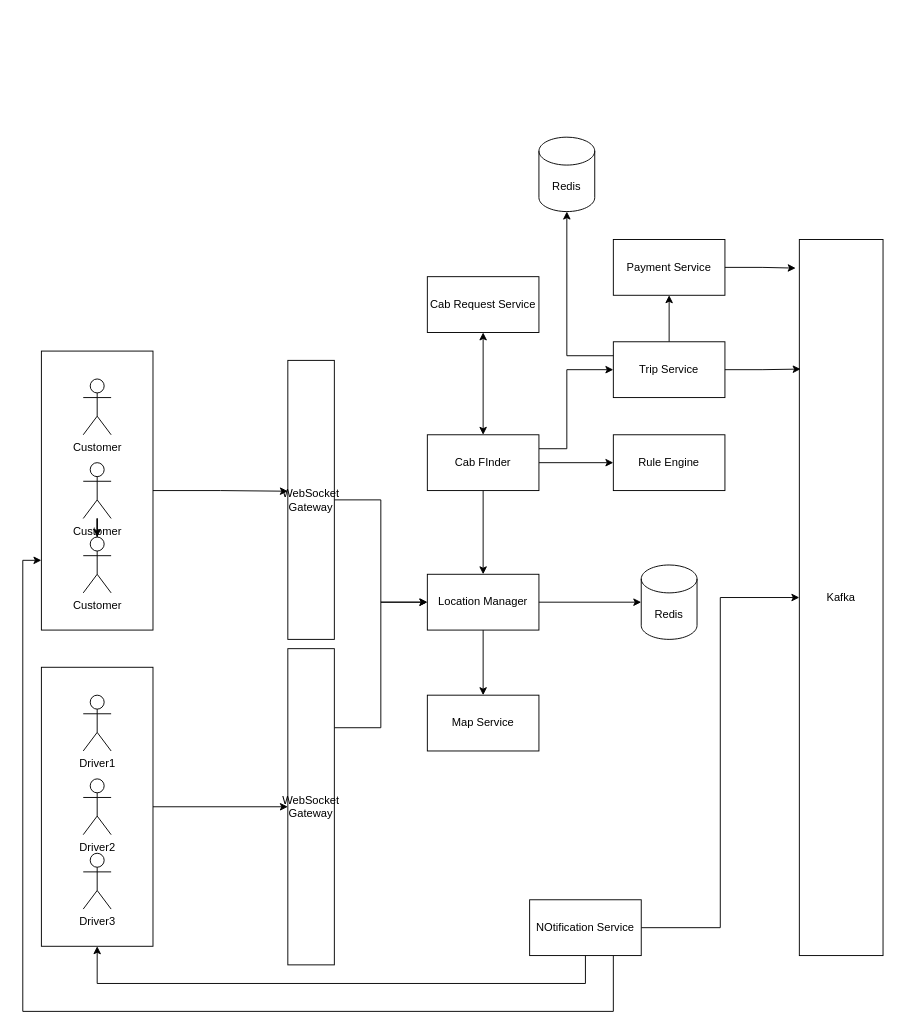
Above: Uber.drawio in vrubal/system-design (draw.io), before the change. Source tidied: cells renumbered, new cells numbered last; positions are measured from the earlier drawing's top-left corner, leaving out a move shared by most shapes. Both pictures are drawn from the tidied source at 93%, with x=0, y=0 at pixel (22, 137).
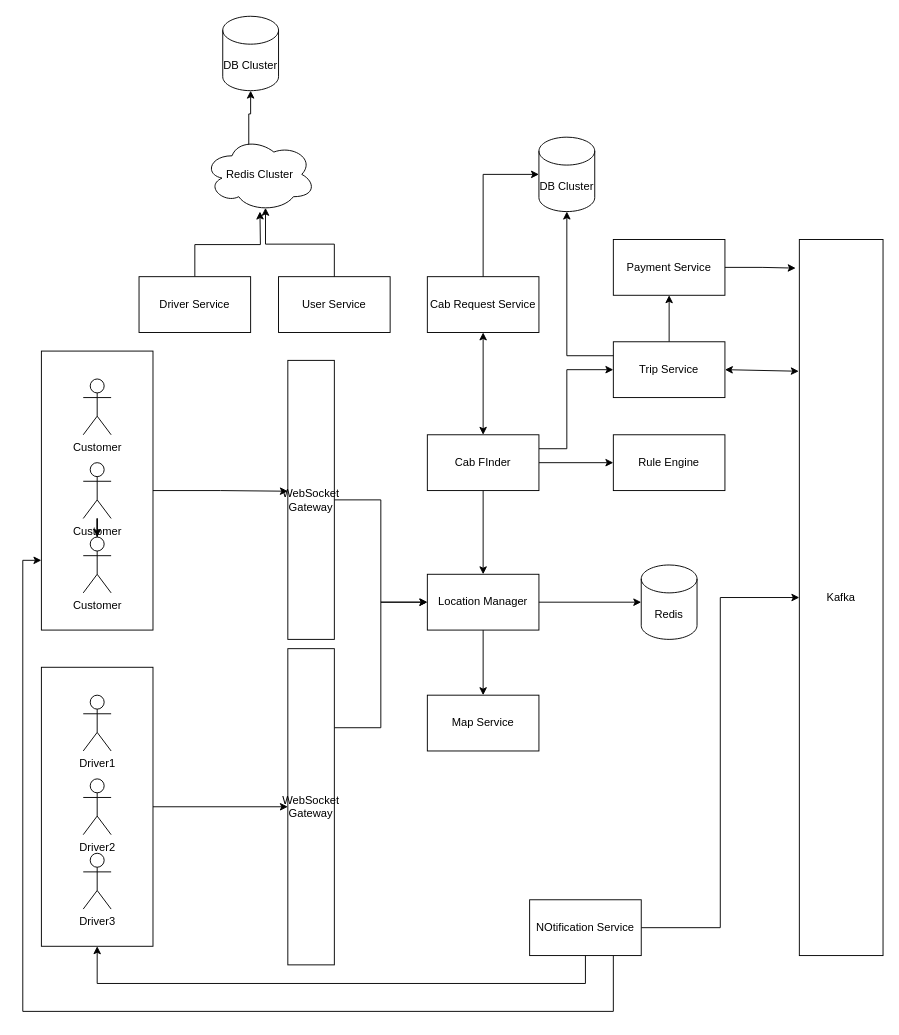
Above is the later version.

Unchanged cells that the change refers to:
```xml
<mxCell id="26" value="Cab Request Service" style="rounded=0;whiteSpace=wrap;html=1;" parent="1" vertex="1">
  <mxGeometry x="435" y="150" width="120" height="60" as="geometry" />
</mxCell>
<mxCell id="30" value="Trip Service" style="rounded=0;whiteSpace=wrap;html=1;" parent="1" vertex="1">
  <mxGeometry x="635" y="220" width="120" height="60" as="geometry" />
</mxCell>
<mxCell id="32" value="Kafka" style="rounded=0;whiteSpace=wrap;html=1;" parent="1" vertex="1">
  <mxGeometry x="835" y="110" width="90" height="770" as="geometry" />
</mxCell>
```

Change to the diagram source:
```diff
@@
-    <mxCell id="31" value="Redis" style="shape=cylinder3;whiteSpace=wrap;html=1;boundedLbl=1;backgroundOutline=1;size=15;" parent="1" vertex="1">
+    <mxCell id="31" value="DB Cluster" style="shape=cylinder3;whiteSpace=wrap;html=1;boundedLbl=1;backgroundOutline=1;size=15;" parent="1" vertex="1">
       <mxGeometry x="555" width="60" height="80" as="geometry" />
     </mxCell>
@@
-    <mxCell id="37" style="edgeStyle=orthogonalEdgeStyle;rounded=0;jettySize=auto;html=1;exitX=1;exitY=0.5;exitDx=0;exitDy=0;entryX=0.015;entryY=0.181;entryDx=0;entryDy=0;entryPerimeter=0;" parent="1" edge="1" source="30" target="32">
-      <mxGeometry relative="1" as="geometry" />
-    </mxCell>
@@
+    <mxCell id="41" value="User Service" style="rounded=0;whiteSpace=wrap;html=1;" parent="1" vertex="1">
+      <mxGeometry x="275" y="150" width="120" height="60" as="geometry" />
+    </mxCell>
+    <mxCell id="42" style="edgeStyle=orthogonalEdgeStyle;rounded=0;jettySize=auto;html=1;exitX=0.5;exitY=0;exitDx=0;exitDy=0;" parent="1" edge="1" source="43">
+      <mxGeometry relative="1" as="geometry">
+        <mxPoint x="255" y="80" as="targetPoint" />
+      </mxGeometry>
+    </mxCell>
+    <mxCell id="43" value="Driver Service" style="rounded=0;whiteSpace=wrap;html=1;" parent="1" vertex="1">
+      <mxGeometry x="125" y="150" width="120" height="60" as="geometry" />
+    </mxCell>
+    <mxCell id="44" value="DB Cluster" style="shape=cylinder3;whiteSpace=wrap;html=1;boundedLbl=1;backgroundOutline=1;size=15;" parent="1" vertex="1">
+      <mxGeometry x="215" y="-130" width="60" height="80" as="geometry" />
+    </mxCell>
+    <mxCell id="45" value="Redis Cluster" style="ellipse;shape=cloud;whiteSpace=wrap;html=1;" parent="1" vertex="1">
+      <mxGeometry x="195" width="120" height="80" as="geometry" />
+    </mxCell>
+    <mxCell id="46" style="edgeStyle=orthogonalEdgeStyle;rounded=0;jettySize=auto;html=1;exitX=0.5;exitY=0;exitDx=0;exitDy=0;entryX=0.55;entryY=0.95;entryDx=0;entryDy=0;entryPerimeter=0;" parent="1" edge="1" source="41" target="45">
+      <mxGeometry relative="1" as="geometry" />
+    </mxCell>
+    <mxCell id="47" style="edgeStyle=orthogonalEdgeStyle;rounded=0;jettySize=auto;html=1;exitX=0.4;exitY=0.1;exitDx=0;exitDy=0;exitPerimeter=0;entryX=0.5;entryY=1;entryDx=0;entryDy=0;entryPerimeter=0;" parent="1" edge="1" source="45" target="44">
+      <mxGeometry relative="1" as="geometry" />
+    </mxCell>
+    <mxCell id="48" style="edgeStyle=orthogonalEdgeStyle;rounded=0;jettySize=auto;html=1;exitX=0.5;exitY=0;exitDx=0;exitDy=0;entryX=0;entryY=0.5;entryDx=0;entryDy=0;entryPerimeter=0;" parent="1" edge="1" source="26" target="31">
+      <mxGeometry relative="1" as="geometry" />
+    </mxCell>
+    <mxCell id="37" style="endArrow=classic;startArrow=classic;html=1;rounded=0;entryX=-0.007;entryY=0.184;entryDx=0;entryDy=0;entryPerimeter=0;exitX=1;exitY=0.5;exitDx=0;exitDy=0;" parent="1" edge="1" source="30" target="32">
+      <mxGeometry relative="1" as="geometry" />
+    </mxCell>
```
